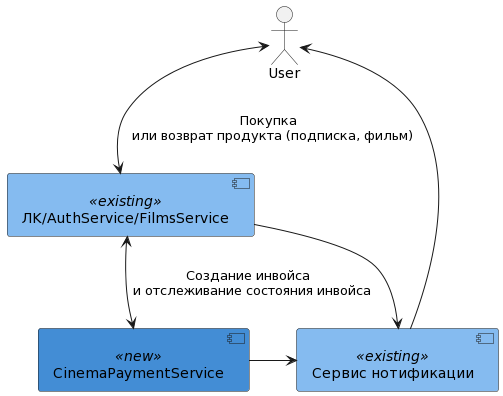
YauheniKr/graduate_work keeps this PlantUML diagram as docs/C4_lvl1.png. Above is the earlier version. The source it was exported from:
```plantuml
@startuml
skinparam component {
    backgroundColor<<new>> #438dd5
    backgroundColor<<existing >> #85bbf0
}


actor User
component "ЛK/AuthService/FilmsService" as CinemaPaymentServiceClient <<existing>>
component CinemaPaymentService <<new>>
component "Сервис нотификации" as NotificationService <<existing>>

User <-down-> CinemaPaymentServiceClient: Покупка \n или возврат продукта (подписка, фильм)

CinemaPaymentServiceClient <-down-> CinemaPaymentService: Создание инвойса \n и отслеживание состояния инвойса

CinemaPaymentServiceClient -right-> NotificationService
CinemaPaymentService -right-> NotificationService
NotificationService -up-> User
@enduml
```
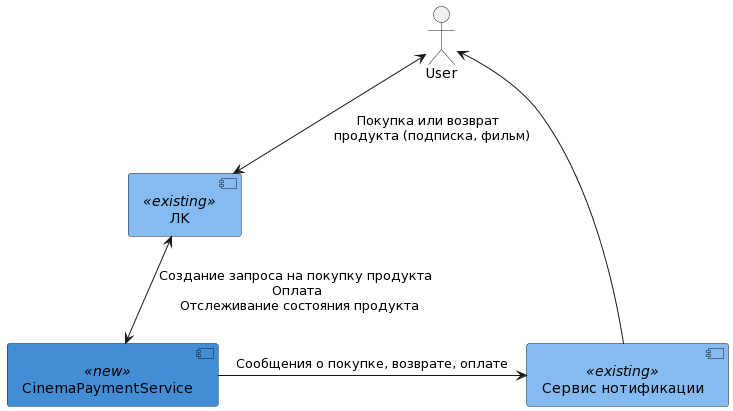
The same file after the commit.

Change to the diagram source:
```diff
@@ -6,15 +6,14 @@
 
 
 actor User
-component "ЛK/AuthService/FilmsService" as CinemaPaymentServiceClient <<existing>>
+component "ЛK" as CinemaPaymentServiceClient <<existing>>
 component CinemaPaymentService <<new>>
 component "Сервис нотификации" as NotificationService <<existing>>
 
-User <-down-> CinemaPaymentServiceClient: Покупка \n или возврат продукта (подписка, фильм)
+User <-down-> CinemaPaymentServiceClient: Покупка или возврат \n продукта (подписка, фильм)
 
-CinemaPaymentServiceClient <-down-> CinemaPaymentService: Создание инвойса \n и отслеживание состояния инвойса
+CinemaPaymentServiceClient <-down-> CinemaPaymentService: Создание запроса на покупку продукта \n Оплата \n Отслеживание состояния продукта
 
-CinemaPaymentServiceClient -right-> NotificationService
-CinemaPaymentService -right-> NotificationService
+CinemaPaymentService -right-> NotificationService: Сообщения о покупке, возврате, оплате
 NotificationService -up-> User
 @enduml
```
